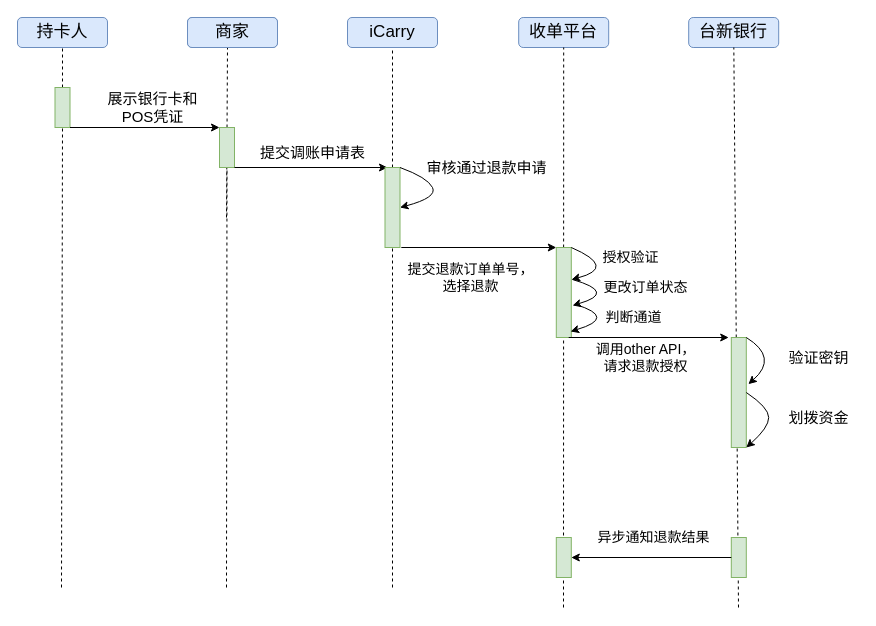
This is 台新银行--信用卡退款.drawio from MarkYongfengZheng/WFT, a draw.io file, before an edit. Source tidied: cells renumbered, new cells numbered last; positions are measured from the earlier drawing's top-left corner, leaving out a move shared by most shapes. Both pictures are drawn from the tidied source at 100%, with x=0, y=0 at pixel (17, 17).
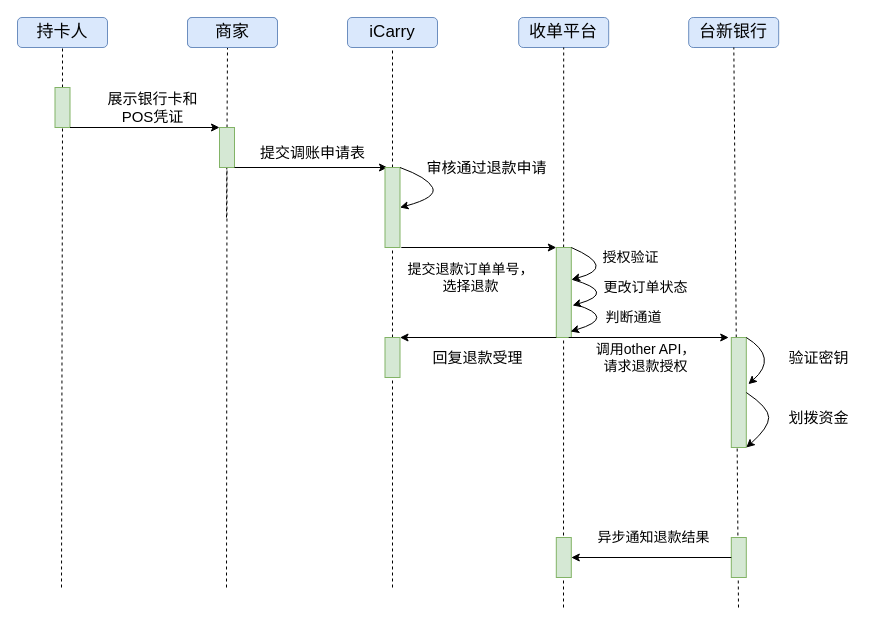
The same diagram, later.

Commit message:
Update 台新银行--信用卡退款.drawio

The change refers to these unchanged cells:
```xml
<mxCell id="15" style="rounded=0;whiteSpace=wrap;html=1;fontSize=17;fillColor=#d5e8d4;strokeColor=#82b366;" parent="1" vertex="1">
  <mxGeometry x="538.8" y="230" width="15" height="90" as="geometry" />
</mxCell>
<mxCell id="33" style="rounded=0;whiteSpace=wrap;html=1;fontSize=17;fillColor=#d5e8d4;strokeColor=#82b366;" parent="1" vertex="1">
  <mxGeometry x="367.5" y="150" width="15" height="80" as="geometry" />
</mxCell>
```

Change to the diagram source:
```diff
@@
-    <mxCell id="34" style="endArrow=none;dashed=1;html=1;entryX=0.5;entryY=1;entryDx=0;entryDy=0;" parent="1" edge="1" target="33">
-      <mxGeometry relative="1" as="geometry">
-        <mxPoint x="375" y="570" as="sourcePoint" />
-      </mxGeometry>
+    <mxCell id="34" style="endArrow=none;dashed=1;html=1;entryX=0.5;entryY=1;entryDx=0;entryDy=0;" parent="1" edge="1" source="45" target="33">
+      <mxGeometry relative="1" as="geometry" />
     </mxCell>
@@
+    <mxCell id="45" style="rounded=0;whiteSpace=wrap;html=1;fontSize=17;fillColor=#d5e8d4;strokeColor=#82b366;" parent="1" vertex="1">
+      <mxGeometry x="367.5" y="320" width="15" height="40" as="geometry" />
+    </mxCell>
+    <mxCell id="46" style="endArrow=none;dashed=1;html=1;entryX=0.5;entryY=1;entryDx=0;entryDy=0;" parent="1" edge="1" target="45">
+      <mxGeometry relative="1" as="geometry">
+        <mxPoint x="375" y="570" as="sourcePoint" />
+      </mxGeometry>
+    </mxCell>
+    <mxCell id="47" style="endArrow=classic;html=1;exitX=0;exitY=1;exitDx=0;exitDy=0;entryX=1;entryY=0;entryDx=0;entryDy=0;" parent="1" edge="1" source="15" target="45">
+      <mxGeometry relative="1" as="geometry" />
+    </mxCell>
+    <mxCell id="48" value="回复退款受理" style="text;html=1;align=center;verticalAlign=middle;fontSize=15;" parent="1" vertex="1">
+      <mxGeometry x="405" y="330" width="110" height="20" as="geometry" />
+    </mxCell>
```
